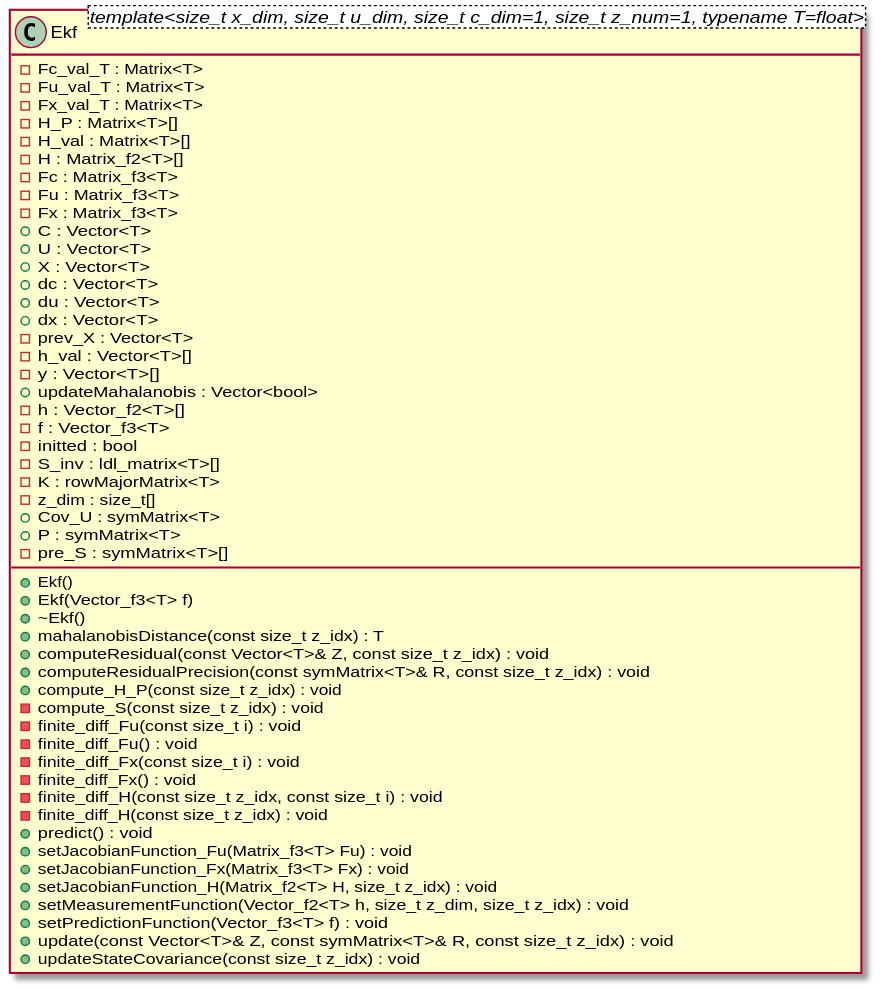
This is docs/architecture/classDiagram.svg from robinAZERTY/bayesian_filter, a PlantUML export, as it was before one commit.
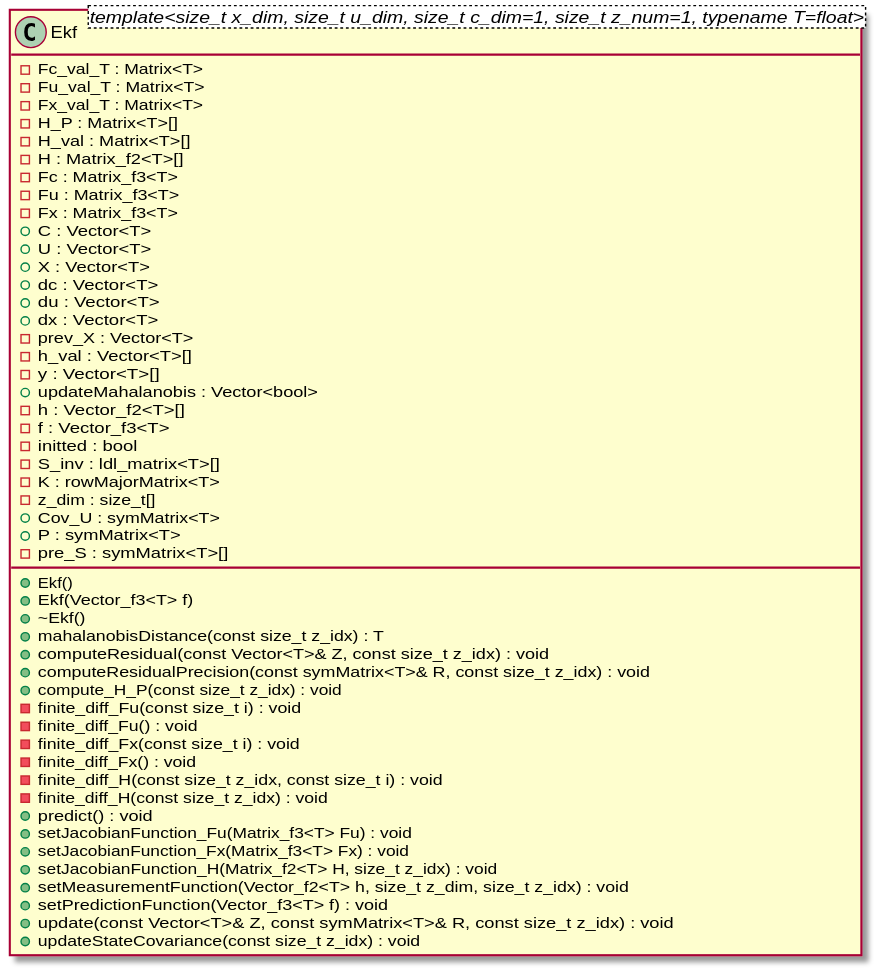
The same diagram one commit later.

Commit message:
Updated UML diagram

Diff of the diagram source:
```diff
@@ -41,7 +41,6 @@
 	+computeResidual(const Vector<T>& Z, const size_t z_idx) : void
 	+computeResidualPrecision(const symMatrix<T>& R, const size_t z_idx) : void
 	+compute_H_P(const size_t z_idx) : void
-	-compute_S(const size_t z_idx) : void
 	-finite_diff_Fu(const size_t i) : void
 	-finite_diff_Fu() : void
 	-finite_diff_Fx(const size_t i) : void
```
